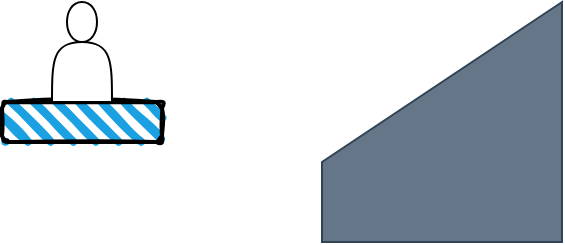
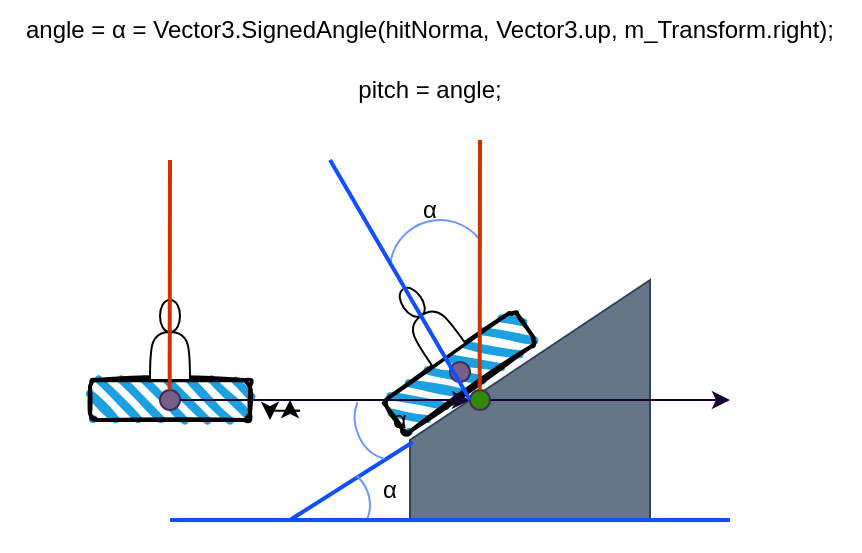
<mxfile host="app.diagrams.net">
  <diagram name="第 1 页" id="Z0DC_knzU1L9sbGcegjl">
-     <mxGraphModel dx="877" dy="560" grid="1" gridSize="10" guides="1" tooltips="1" connect="1" arrows="1" fold="1" page="1" pageScale="1" pageWidth="827" pageHeight="1169" background="light-dark(#FFFFFF,#FFFFFF)" math="0" shadow="0">
+     <mxGraphModel dx="511" dy="327" grid="1" gridSize="10" guides="1" tooltips="1" connect="1" arrows="1" fold="1" page="1" pageScale="1" pageWidth="827" pageHeight="1169" background="light-dark(#FFFFFF,#FFFFFF)" math="0" shadow="0">
      <root>
        <mxCell id="0" />
        <mxCell id="1" parent="0" />
+         <mxCell id="fx_5rI_hlLQzRWBr8DUU-37" connectable="0" parent="1" style="group;rotation=-35;" value="" vertex="1">
+           <mxGeometry height="70" width="80" x="210" y="190" as="geometry" />
+         </mxCell>
+         <mxCell id="fx_5rI_hlLQzRWBr8DUU-38" parent="fx_5rI_hlLQzRWBr8DUU-37" style="rounded=1;whiteSpace=wrap;html=1;strokeWidth=2;fillWeight=4;hachureGap=8;hachureAngle=45;fillColor=#1ba1e2;sketch=1;rotation=-35;" value="" vertex="1">
+           <mxGeometry height="20" width="80" x="15" y="46" as="geometry" />
+         </mxCell>
+         <mxCell id="fx_5rI_hlLQzRWBr8DUU-39" parent="fx_5rI_hlLQzRWBr8DUU-37" style="shape=actor;whiteSpace=wrap;html=1;rotation=-35;" value="" vertex="1">
+           <mxGeometry height="40" width="20" x="28" y="11" as="geometry" />
+         </mxCell>
+         <mxCell id="fx_5rI_hlLQzRWBr8DUU-40" parent="fx_5rI_hlLQzRWBr8DUU-37" style="ellipse;whiteSpace=wrap;html=1;aspect=fixed;strokeColor=#432D57;fillColor=#76608a;fontColor=#ffffff;rotation=-35;" value="" vertex="1">
+           <mxGeometry height="10" width="10" x="50" y="51" as="geometry" />
+         </mxCell>
+         <mxCell id="fx_5rI_hlLQzRWBr8DUU-41" parent="fx_5rI_hlLQzRWBr8DUU-37" style="shape=mxgraph.basic.arc;html=1;startAngle=0.7682831795977167;endAngle=0.14289333360926398;endArrow=classic;endFill=1;fontColor=light-dark(default, #bb2a2a);strokeColor=#6E96FF;rotation=0;" value="" vertex="1">
+           <mxGeometry height="50" width="50" x="20" y="-20" as="geometry" />
+         </mxCell>
        <mxCell id="fx_5rI_hlLQzRWBr8DUU-6" parent="1" style="shape=manualInput;boundedLbl=1;whiteSpace=wrap;html=1;size=80;fillColor=#647687;fontColor=#ffffff;strokeColor=#314354;" value="" vertex="1">
          <mxGeometry height="120" width="120" x="240" y="200" as="geometry" />
        </mxCell>
        <mxCell id="fx_5rI_hlLQzRWBr8DUU-7" connectable="0" parent="1" style="group" value="" vertex="1">
          <mxGeometry height="70" width="80" x="80" y="200" as="geometry" />
        </mxCell>
        <mxCell id="fx_5rI_hlLQzRWBr8DUU-4" parent="fx_5rI_hlLQzRWBr8DUU-7" style="rounded=1;whiteSpace=wrap;html=1;strokeWidth=2;fillWeight=4;hachureGap=8;hachureAngle=45;fillColor=#1ba1e2;sketch=1;" value="" vertex="1">
          <mxGeometry height="20" width="80" y="50" as="geometry" />
        </mxCell>
        <mxCell id="fx_5rI_hlLQzRWBr8DUU-5" parent="fx_5rI_hlLQzRWBr8DUU-7" style="shape=actor;whiteSpace=wrap;html=1;" value="" vertex="1">
-           <mxGeometry height="50" width="30" x="25" as="geometry" />
+           <mxGeometry height="40" width="20" x="30" y="10" as="geometry" />
+         </mxCell>
+         <mxCell id="fx_5rI_hlLQzRWBr8DUU-15" parent="fx_5rI_hlLQzRWBr8DUU-7" style="ellipse;whiteSpace=wrap;html=1;aspect=fixed;strokeColor=#432D57;fillColor=#76608a;fontColor=#ffffff;" value="" vertex="1">
+           <mxGeometry height="10" width="10" x="35" y="55" as="geometry" />
+         </mxCell>
+         <mxCell id="fx_5rI_hlLQzRWBr8DUU-14" edge="1" parent="1" source="fx_5rI_hlLQzRWBr8DUU-18" style="endArrow=classic;html=1;rounded=0;endFill=1;strokeWidth=1;strokeColor=light-dark(#190033,#000033);exitX=1;exitY=0.5;exitDx=0;exitDy=0;" value="">
+           <mxGeometry height="50" relative="1" width="50" as="geometry">
+             <mxPoint x="200" y="259.86" as="sourcePoint" />
+             <mxPoint x="400" y="260" as="targetPoint" />
+           </mxGeometry>
+         </mxCell>
+         <mxCell id="fx_5rI_hlLQzRWBr8DUU-18" parent="1" style="ellipse;whiteSpace=wrap;html=1;aspect=fixed;strokeColor=#432D57;fillColor=#318A07;fontColor=#ffffff;" value="" vertex="1">
+           <mxGeometry height="10" width="10" x="270" y="255" as="geometry" />
+         </mxCell>
+         <mxCell id="fx_5rI_hlLQzRWBr8DUU-19" edge="1" parent="1" source="fx_5rI_hlLQzRWBr8DUU-15" style="endArrow=classic;html=1;rounded=0;endFill=1;strokeWidth=1;strokeColor=light-dark(#190033,#000033);exitX=1;exitY=0.5;exitDx=0;exitDy=0;" target="fx_5rI_hlLQzRWBr8DUU-18" value="">
+           <mxGeometry height="50" relative="1" width="50" as="geometry">
+             <mxPoint x="125" y="260" as="sourcePoint" />
+             <mxPoint x="400" y="260" as="targetPoint" />
+           </mxGeometry>
+         </mxCell>
+         <mxCell id="fx_5rI_hlLQzRWBr8DUU-21" edge="1" parent="1" style="endArrow=none;html=1;rounded=0;fillColor=#FFE5FC;strokeWidth=2;strokeColor=#104FFF;" value="">
+           <mxGeometry height="50" relative="1" width="50" as="geometry">
+             <mxPoint x="270" y="260" as="sourcePoint" />
+             <mxPoint x="200" y="140" as="targetPoint" />
+           </mxGeometry>
+         </mxCell>
+         <mxCell id="fx_5rI_hlLQzRWBr8DUU-24" edge="1" parent="1" source="fx_5rI_hlLQzRWBr8DUU-6" style="endArrow=none;html=1;rounded=0;fillColor=#FFE5FC;strokeWidth=2;strokeColor=#104FFF;exitX=0.011;exitY=0.676;exitDx=0;exitDy=0;exitPerimeter=0;" value="">
+           <mxGeometry height="50" relative="1" width="50" as="geometry">
+             <mxPoint x="210" y="330" as="sourcePoint" />
+             <mxPoint x="180" y="320" as="targetPoint" />
+           </mxGeometry>
+         </mxCell>
+         <mxCell id="fx_5rI_hlLQzRWBr8DUU-25" edge="1" parent="1" style="endArrow=none;html=1;rounded=0;fillColor=#fa6800;strokeWidth=2;strokeColor=#C73500;" value="">
+           <mxGeometry height="50" relative="1" width="50" as="geometry">
+             <mxPoint x="119.83000000000001" y="255" as="sourcePoint" />
+             <mxPoint x="120" y="140" as="targetPoint" />
+           </mxGeometry>
+         </mxCell>
+         <mxCell id="fx_5rI_hlLQzRWBr8DUU-26" edge="1" parent="1" style="endArrow=none;html=1;rounded=0;fillColor=#fa6800;strokeWidth=2;strokeColor=#C73500;" value="">
+           <mxGeometry height="50" relative="1" width="50" as="geometry">
+             <mxPoint x="274.83000000000004" y="255" as="sourcePoint" />
+             <mxPoint x="275" y="130" as="targetPoint" />
+           </mxGeometry>
+         </mxCell>
+         <mxCell id="fx_5rI_hlLQzRWBr8DUU-28" edge="1" parent="1" style="endArrow=none;html=1;rounded=0;fillColor=#FFE5FC;strokeWidth=2;strokeColor=light-dark(#104FFF, #000000);" value="">
+           <mxGeometry height="50" relative="1" width="50" as="geometry">
+             <mxPoint x="400" y="320" as="sourcePoint" />
+             <mxPoint x="120" y="320" as="targetPoint" />
+           </mxGeometry>
+         </mxCell>
+         <mxCell id="fx_5rI_hlLQzRWBr8DUU-31" parent="1" style="text;html=1;whiteSpace=wrap;strokeColor=none;fillColor=none;align=center;verticalAlign=middle;rounded=0;autosize=1;resizable=0;fontColor=light-dark(#000000, #080808);" value="α" vertex="1">
+           <mxGeometry height="30" width="30" x="215" y="290" as="geometry" />
+         </mxCell>
+         <mxCell id="fx_5rI_hlLQzRWBr8DUU-33" parent="1" style="text;html=1;whiteSpace=wrap;strokeColor=none;fillColor=none;align=center;verticalAlign=middle;rounded=0;autosize=1;resizable=0;fontColor=light-dark(#000000, #080808);" value="α" vertex="1">
+           <mxGeometry height="30" width="30" x="220" y="255" as="geometry" />
+         </mxCell>
+         <mxCell id="fx_5rI_hlLQzRWBr8DUU-35" parent="1" style="text;html=1;whiteSpace=wrap;strokeColor=none;fillColor=none;align=center;verticalAlign=middle;rounded=0;autosize=1;resizable=0;fontColor=light-dark(#000000, #080808);" value="α" vertex="1">
+           <mxGeometry height="30" width="30" x="235" y="150" as="geometry" />
+         </mxCell>
+         <mxCell id="fx_5rI_hlLQzRWBr8DUU-43" edge="1" parent="1" style="edgeStyle=orthogonalEdgeStyle;rounded=0;orthogonalLoop=1;jettySize=auto;html=1;">
+           <mxGeometry relative="1" as="geometry">
+             <mxPoint x="185" y="265.3553390593273" as="sourcePoint" />
+             <mxPoint x="180" y="260" as="targetPoint" />
+           </mxGeometry>
+         </mxCell>
+         <mxCell id="fx_5rI_hlLQzRWBr8DUU-44" edge="1" parent="1" style="edgeStyle=orthogonalEdgeStyle;rounded=0;orthogonalLoop=1;jettySize=auto;html=1;">
+           <mxGeometry relative="1" as="geometry">
+             <mxPoint x="185" y="265.3553390593273" as="sourcePoint" />
+             <mxPoint x="170" y="270" as="targetPoint" />
+           </mxGeometry>
+         </mxCell>
+         <mxCell id="fx_5rI_hlLQzRWBr8DUU-45" parent="1" style="shape=mxgraph.basic.arc;html=1;startAngle=0.822107692393224;endAngle=0.11112848892826835;endArrow=classic;endFill=1;fontColor=light-dark(default, #bb2a2a);strokeColor=#6E96FF;rotation=-105;" value="" vertex="1">
+           <mxGeometry height="35" width="40" x="210" y="252.49999999999997" as="geometry" />
+         </mxCell>
+         <mxCell id="fx_5rI_hlLQzRWBr8DUU-47" parent="1" style="shape=mxgraph.basic.arc;html=1;startAngle=0.20235438405496714;endAngle=0.3627813740139013;endArrow=classic;endFill=1;fontColor=light-dark(default, #bb2a2a);strokeColor=#6E96FF;rotation=-180;flipH=1;legacyAnchorPoints=0;" value="" vertex="1">
+           <mxGeometry height="45" width="55" x="165" y="290" as="geometry" />
+         </mxCell>
+         <mxCell id="fx_5rI_hlLQzRWBr8DUU-49" parent="1" style="text;html=1;whiteSpace=wrap;strokeColor=none;fillColor=none;align=center;verticalAlign=middle;rounded=0;autosize=1;resizable=0;fontColor=light-dark(#000000, #080808);" value="angle = α = Vector3.SignedAngle(hitNorma, Vector3.up, m_Transform.right);" vertex="1">
+           <mxGeometry height="30" width="430" x="35" y="60" as="geometry" />
+         </mxCell>
+         <mxCell id="fx_5rI_hlLQzRWBr8DUU-50" parent="1" style="text;html=1;whiteSpace=wrap;strokeColor=none;fillColor=none;align=center;verticalAlign=middle;rounded=0;autosize=1;resizable=0;fontColor=light-dark(#000000, #080808);" value="pitch = angle;" vertex="1">
+           <mxGeometry height="30" width="100" x="200" y="90" as="geometry" />
        </mxCell>
      </root>
    </mxGraphModel>
  </diagram>
</mxfile>
